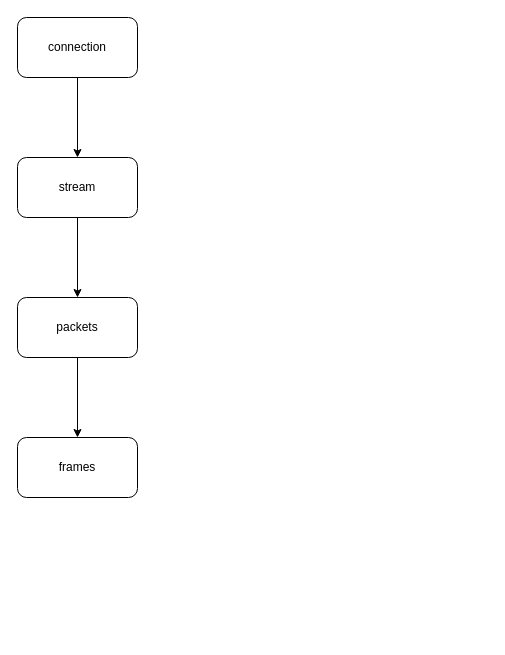
Above: page "introduction" (1 of 2) of quic.drawio in lmmqxyx404/Learning_Note (draw.io), before the change. Source tidied: cells renumbered, new cells numbered last; positions are measured from the earlier drawing's top-left corner, leaving out a move shared by most shapes. Both pictures are drawn from the tidied source at 100%, with x=0, y=0 at pixel (17, 17).
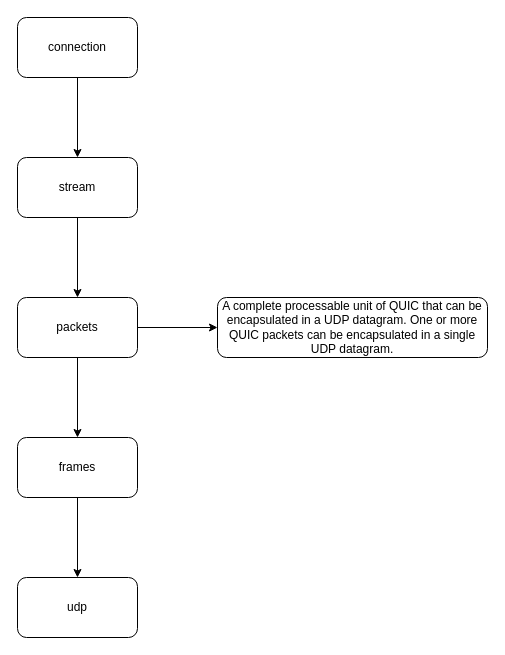
The same page after the edit.

What changed in the source:
```diff
@@
 <mxGraphModel>
   <root>
     <mxCell id="0" />
     <mxCell id="1" parent="0" />
     <mxCell id="2" style="edgeStyle=orthogonalEdgeStyle;rounded=0;jettySize=auto;html=1;" parent="1" edge="1" source="3" target="5">
       <mxGeometry relative="1" as="geometry" />
     </mxCell>
     <mxCell id="3" value="connection" style="rounded=1;whiteSpace=wrap;html=1;" parent="1" vertex="1">
       <mxGeometry width="120" height="60" as="geometry" />
     </mxCell>
     <mxCell id="4" style="edgeStyle=orthogonalEdgeStyle;rounded=0;jettySize=auto;html=1;" parent="1" edge="1" source="5" target="7">
       <mxGeometry relative="1" as="geometry" />
     </mxCell>
     <mxCell id="5" value="stream" style="whiteSpace=wrap;html=1;rounded=1;" parent="1" vertex="1">
       <mxGeometry y="140" width="120" height="60" as="geometry" />
     </mxCell>
     <mxCell id="6" style="edgeStyle=orthogonalEdgeStyle;rounded=0;jettySize=auto;html=1;" parent="1" edge="1" source="7" target="8">
       <mxGeometry relative="1" as="geometry" />
     </mxCell>
+    <mxCell id="9" style="edgeStyle=orthogonalEdgeStyle;rounded=0;jettySize=auto;html=1;" parent="1" edge="1" source="7" target="12">
+      <mxGeometry relative="1" as="geometry" />
+    </mxCell>
     <mxCell id="7" value="packets" style="whiteSpace=wrap;html=1;rounded=1;" parent="1" vertex="1">
       <mxGeometry y="280" width="120" height="60" as="geometry" />
     </mxCell>
+    <mxCell id="10" style="edgeStyle=orthogonalEdgeStyle;rounded=0;jettySize=auto;html=1;" parent="1" edge="1" source="8" target="11">
+      <mxGeometry relative="1" as="geometry" />
+    </mxCell>
     <mxCell id="8" value="frames" style="whiteSpace=wrap;html=1;rounded=1;" parent="1" vertex="1">
       <mxGeometry y="420" width="120" height="60" as="geometry" />
     </mxCell>
+    <mxCell id="11" value="udp" style="whiteSpace=wrap;html=1;rounded=1;" parent="1" vertex="1">
+      <mxGeometry y="560" width="120" height="60" as="geometry" />
+    </mxCell>
+    <mxCell id="12" value="A complete processable unit of QUIC that can be encapsulated in a UDP datagram. One or more QUIC packets can be encapsulated in a single UDP datagram." style="rounded=1;whiteSpace=wrap;html=1;" parent="1" vertex="1">
+      <mxGeometry x="200" y="280" width="270" height="60" as="geometry" />
+    </mxCell>
   </root>
 </mxGraphModel>
```
